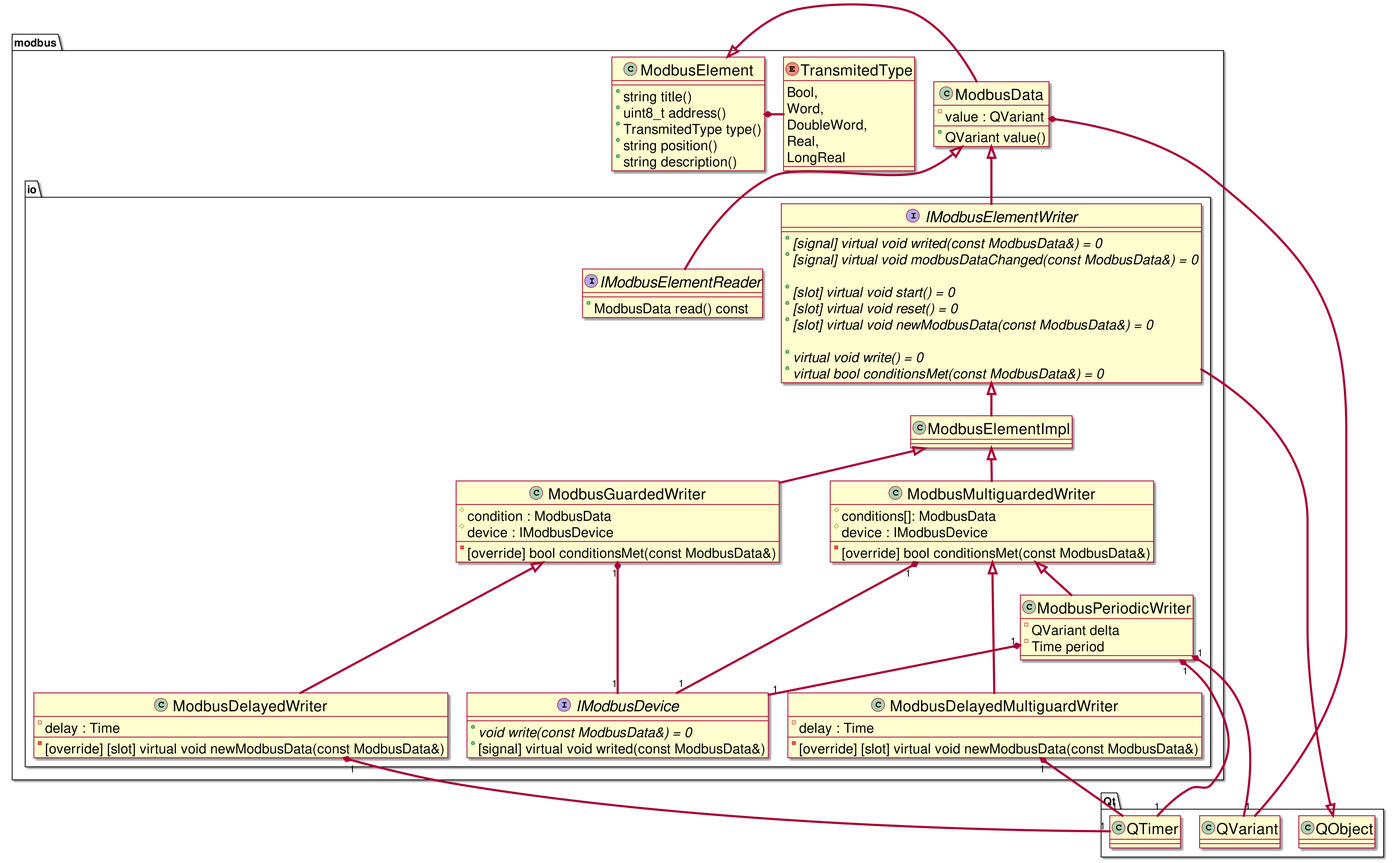
UlrichVonRekkenin/PhdLaTeX keeps this PlantUML diagram as Dissertation/images/modbus_class_relationship.png. Above is the earlier version.
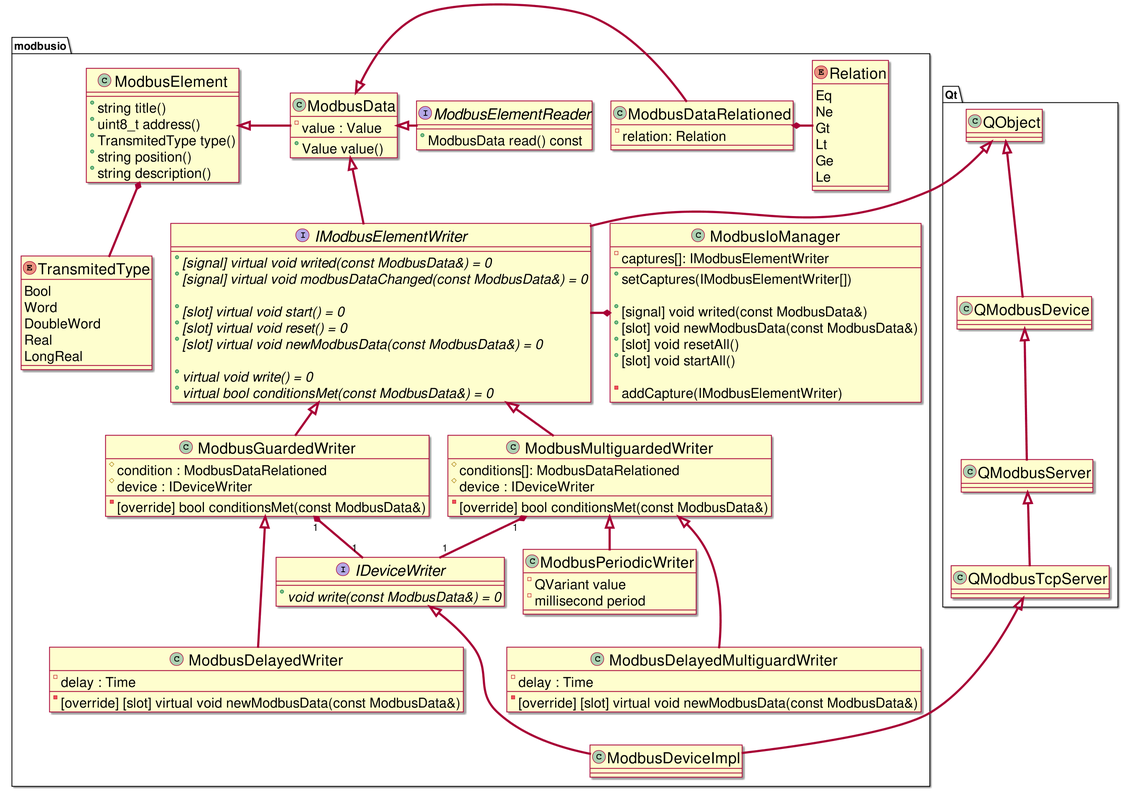
After the commit.

The edit, as a diff of the source:
```diff
@@ -8,19 +8,52 @@
     ClassFontSize 28
     ClassAttributeFontSize 25
 }
+scale 1.3
 
 namespace Qt {
+
     class QObject
-    class QVariant
+
+    QModbusServer <|-- QModbusTcpServer
+    QModbusDevice <|-- QModbusServer
+    QObject <|-- QModbusDevice
 }
 
-namespace modbus {
+namespace modbusio {
     enum TransmitedType {
-        Bool,
-        Word,
-        DoubleWord,
-        Real,
+        Bool
+        Word
+        DoubleWord
+        Real
         LongReal
+    }
+
+    enum Relation {
+        Eq
+        Ne
+        Gt
+        Lt
+        Ge
+        Le
+    }
+
+    interface IDeviceWriter {
+        + {abstract} void write(const ModbusData&) = 0
+    }
+
+    IDeviceWriter <|--- ModbusDeviceImpl
+    Qt.QModbusTcpServer <|-- ModbusDeviceImpl
+
+    class ModbusIoManager {
+        + setCaptures(IModbusElementWriter[])
+
+        + [signal] void writed(const ModbusData&)
+        + [slot] void newModbusData(const ModbusData&)
+        + [slot] void resetAll()
+        + [slot] void startAll()
+
+        - addCapture(IModbusElementWriter)
+        - captures[]: IModbusElementWriter
     }
 
     class ModbusElement {
@@ -32,86 +65,80 @@
     }
 
     class ModbusData {
-        - value : QVariant
-        + QVariant value()
+        - value : Value
+        + Value value()
     }
 
-    namespace io {
-        interface IModbusDevice {
-            + {abstract} void write(const ModbusData&) = 0
-            + [signal] virtual void writed(const ModbusData&)
-        }
+    class ModbusDataRelationed {
+        - relation: Relation
+    }
 
-        interface IModbusElementWriter {
-            + {abstract} [signal] virtual void writed(const ModbusData&) = 0
-            + {abstract} [signal] virtual void modbusDataChanged(const ModbusData&) = 0
+    interface IModbusElementWriter {
+        + {abstract} [signal] virtual void writed(const ModbusData&) = 0
+        + {abstract} [signal] virtual void modbusDataChanged(const ModbusData&) = 0
 
-            + {abstract} [slot] virtual void start() = 0
-            + {abstract} [slot] virtual void reset() = 0
-            + {abstract} [slot] virtual void newModbusData(const ModbusData&) = 0
+        + {abstract} [slot] virtual void start() = 0
+        + {abstract} [slot] virtual void reset() = 0
+        + {abstract} [slot] virtual void newModbusData(const ModbusData&) = 0
 
-            + {abstract} virtual void write() = 0
-            + {abstract} virtual bool conditionsMet(const ModbusData&) = 0
-        }
+        + {abstract} virtual void write() = 0
+        + {abstract} virtual bool conditionsMet(const ModbusData&) = 0
+    }
 
-        interface IModbusElementReader {
-            + ModbusData read() const
-        }
+    interface ModbusElementReader {
+        + ModbusData read() const
+    }
 
-        class ModbusPeriodicWriter {
-            - QVariant delta
-            - Time period
-        }
+    class ModbusPeriodicWriter {
+        - QVariant value
+        - millisecond period
+    }
 
-        class ModbusGuardedWriter {
-            - [override] bool conditionsMet(const ModbusData&)
-            # condition : ModbusData
-            # device : IModbusDevice
-        }
+    class ModbusGuardedWriter {
+        - [override] bool conditionsMet(const ModbusData&)
+        # condition : ModbusDataRelationed
+        # device : IDeviceWriter
+    }
 
-        class ModbusDelayedWriter {
-            - [override] [slot] virtual void newModbusData(const ModbusData&)
-            - delay : Time
-        }
+    class ModbusDelayedWriter {
+        - [override] [slot] virtual void newModbusData(const ModbusData&)
+        - delay : Time
+    }
 
-        class ModbusMultiguardedWriter {
-            - [override] bool conditionsMet(const ModbusData&)
-            # conditions[]: ModbusData
-            # device : IModbusDevice
-        }
+    class ModbusMultiguardedWriter {
+        - [override] bool conditionsMet(const ModbusData&)
+        # conditions[]: ModbusDataRelationed
+        # device : IDeviceWriter
+    }
 
-        class ModbusDelayedMultiguardWriter {
-            - [override] [slot] virtual void newModbusData(const ModbusData&)
-            - delay : Time
-        }
+    class ModbusDelayedMultiguardWriter {
+        - [override] [slot] virtual void newModbusData(const ModbusData&)
+        - delay : Time
     }
+
+    ModbusElement *-- TransmitedType
+    ModbusElement <|-right- ModbusData
+
+    ModbusData <|-right- ModbusDataRelationed
+    ModbusDataRelationed *-right- Relation
+
+    ModbusData <|-- IModbusElementWriter
+    Qt.QObject <|-down- IModbusElementWriter
+    ModbusData <|-right- ModbusElementReader
+
+    ModbusMultiguardedWriter <|-- ModbusPeriodicWriter
+
+    IModbusElementWriter <|-- ModbusGuardedWriter
+    ModbusGuardedWriter "1" *-- "1" IDeviceWriter
+
+    ModbusGuardedWriter <|--- ModbusDelayedWriter
+
+    IModbusElementWriter <|-- ModbusMultiguardedWriter
+    ModbusMultiguardedWriter "1" *-- "1" IDeviceWriter
+
+    ModbusMultiguardedWriter <|--- ModbusDelayedMultiguardWriter
+
+    ModbusIoManager *-left- IModbusElementWriter
 }
 
-    modbus.ModbusElement *-right-- modbus.TransmitedType
-    modbus.ModbusElement <|-right- modbus.ModbusData
-    modbus.ModbusData *-- Qt.QVariant
-
-    modbus.ModbusData <|-- modbus.io.IModbusElementWriter
-    Qt.QObject <|-down- modbus.io.IModbusElementWriter
-    modbus.ModbusData <|-right- modbus.io.IModbusElementReader
-
-    modbus.io.ModbusMultiguardedWriter <|-down- modbus.io.ModbusPeriodicWriter
-    modbus.io.ModbusPeriodicWriter "1" *-- "1" modbus.io.IModbusDevice
-    modbus.io.ModbusPeriodicWriter "1" *-- "1" Qt.QVariant
-    modbus.io.ModbusPeriodicWriter "1" *-- "1" Qt.QTimer
-
-    modbus.io.IModbusElementWriter <|-- modbus.io.ModbusElementImpl
-
-    modbus.io.ModbusElementImpl <|-- modbus.io.ModbusGuardedWriter
-    modbus.io.ModbusGuardedWriter "1" *- "1" modbus.io.IModbusDevice
-
-    modbus.io.ModbusGuardedWriter <|--- modbus.io.ModbusDelayedWriter
-    modbus.io.ModbusDelayedWriter "1" *-- "1" Qt.QTimer
-
-    modbus.io.ModbusElementImpl <|-- modbus.io.ModbusMultiguardedWriter
-    modbus.io.ModbusMultiguardedWriter "1" *- "1" modbus.io.IModbusDevice
-
-    modbus.io.ModbusMultiguardedWriter <|--- modbus.io.ModbusDelayedMultiguardWriter
-    modbus.io.ModbusDelayedMultiguardWriter "1" *-- "1" Qt.QTimer
-
 @enduml
```
